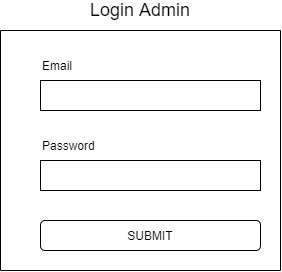
Above: SKRIPSI TARMIZI MAULANA/ARSIP/WIREFRAME/DIAGRAM SKIRPSI TARMIZI MAULANA-Frame-Login Admin.png in Khairul122/JK-WebPemesananJasaFotografer-ED (draw.io), before the change. Source tidied: cells renumbered, new cells last; positions are measured from the earlier drawing's top-left corner, leaving out a move shared by most shapes. Source of this version:
```xml
<mxGraphModel>
  <root>
    <mxCell id="0" />
    <mxCell id="1" parent="0" />
    <mxCell id="2" value="&lt;span style=&quot;font-size: 12px&quot;&gt;Email&lt;/span&gt;" style="text;html=1;strokeColor=none;fillColor=none;align=left;verticalAlign=bottom;whiteSpace=wrap;rounded=0;fontSize=33;horizontal=1;" parent="1" vertex="1">
      <mxGeometry x="40" y="50" width="170" height="30" as="geometry" />
    </mxCell>
    <mxCell id="3" style="rounded=0;whiteSpace=wrap;html=1;fontSize=33;align=center;" parent="1" vertex="1">
      <mxGeometry x="40" y="80" width="220" height="30" as="geometry" />
    </mxCell>
    <mxCell id="4" value="&lt;span style=&quot;font-size: 12px&quot;&gt;Password&lt;/span&gt;" style="text;html=1;strokeColor=none;fillColor=none;align=left;verticalAlign=bottom;whiteSpace=wrap;rounded=0;fontSize=33;horizontal=1;" parent="1" vertex="1">
      <mxGeometry x="40" y="130" width="170" height="30" as="geometry" />
    </mxCell>
    <mxCell id="5" style="rounded=0;whiteSpace=wrap;html=1;fontSize=33;align=center;" parent="1" vertex="1">
      <mxGeometry x="40" y="160" width="220" height="30" as="geometry" />
    </mxCell>
    <mxCell id="6" value="SUBMIT" style="rounded=1;whiteSpace=wrap;html=1;fontSize=12;align=center;verticalAlign=middle;" parent="1" vertex="1">
      <mxGeometry x="40" y="220" width="220" height="30" as="geometry" />
    </mxCell>
    <mxCell id="7" style="endArrow=none;html=1;fontSize=12;" parent="1" edge="1">
      <mxGeometry relative="1" as="geometry">
        <mxPoint y="270" as="sourcePoint" />
        <mxPoint y="30" as="targetPoint" />
      </mxGeometry>
    </mxCell>
    <mxCell id="8" style="endArrow=none;html=1;fontSize=12;" parent="1" edge="1">
      <mxGeometry relative="1" as="geometry">
        <mxPoint x="280" y="270" as="sourcePoint" />
        <mxPoint x="280" y="30" as="targetPoint" />
      </mxGeometry>
    </mxCell>
    <mxCell id="9" style="endArrow=none;html=1;fontSize=12;" parent="1" edge="1">
      <mxGeometry relative="1" as="geometry">
        <mxPoint x="280" y="270" as="sourcePoint" />
        <mxPoint y="270" as="targetPoint" />
      </mxGeometry>
    </mxCell>
    <mxCell id="10" style="endArrow=none;html=1;fontSize=12;" parent="1" edge="1">
      <mxGeometry relative="1" as="geometry">
        <mxPoint x="280" y="30" as="sourcePoint" />
        <mxPoint y="30" as="targetPoint" />
      </mxGeometry>
    </mxCell>
    <mxCell id="11" value="Login Admin" style="text;html=1;strokeColor=none;fillColor=none;align=center;verticalAlign=middle;whiteSpace=wrap;rounded=0;fontSize=18;" parent="1" vertex="1">
      <mxGeometry x="70" width="140" height="20" as="geometry" />
    </mxCell>
  </root>
</mxGraphModel>
```
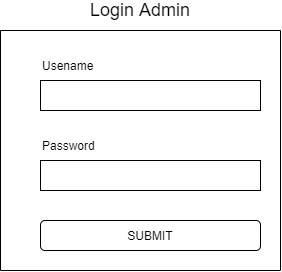
After the change.

The edit, as a diff of the source:
```diff
@@ -2,7 +2,7 @@
   <root>
     <mxCell id="0" />
     <mxCell id="1" parent="0" />
-    <mxCell id="2" value="&lt;span style=&quot;font-size: 12px&quot;&gt;Email&lt;/span&gt;" style="text;html=1;strokeColor=none;fillColor=none;align=left;verticalAlign=bottom;whiteSpace=wrap;rounded=0;fontSize=33;horizontal=1;" parent="1" vertex="1">
+    <mxCell id="2" value="&lt;span style=&quot;font-size: 12px&quot;&gt;Usename&lt;/span&gt;" style="text;html=1;strokeColor=none;fillColor=none;align=left;verticalAlign=bottom;whiteSpace=wrap;rounded=0;fontSize=33;horizontal=1;" parent="1" vertex="1">
       <mxGeometry x="40" y="50" width="170" height="30" as="geometry" />
     </mxCell>
     <mxCell id="3" style="rounded=0;whiteSpace=wrap;html=1;fontSize=33;align=center;" parent="1" vertex="1">
```
